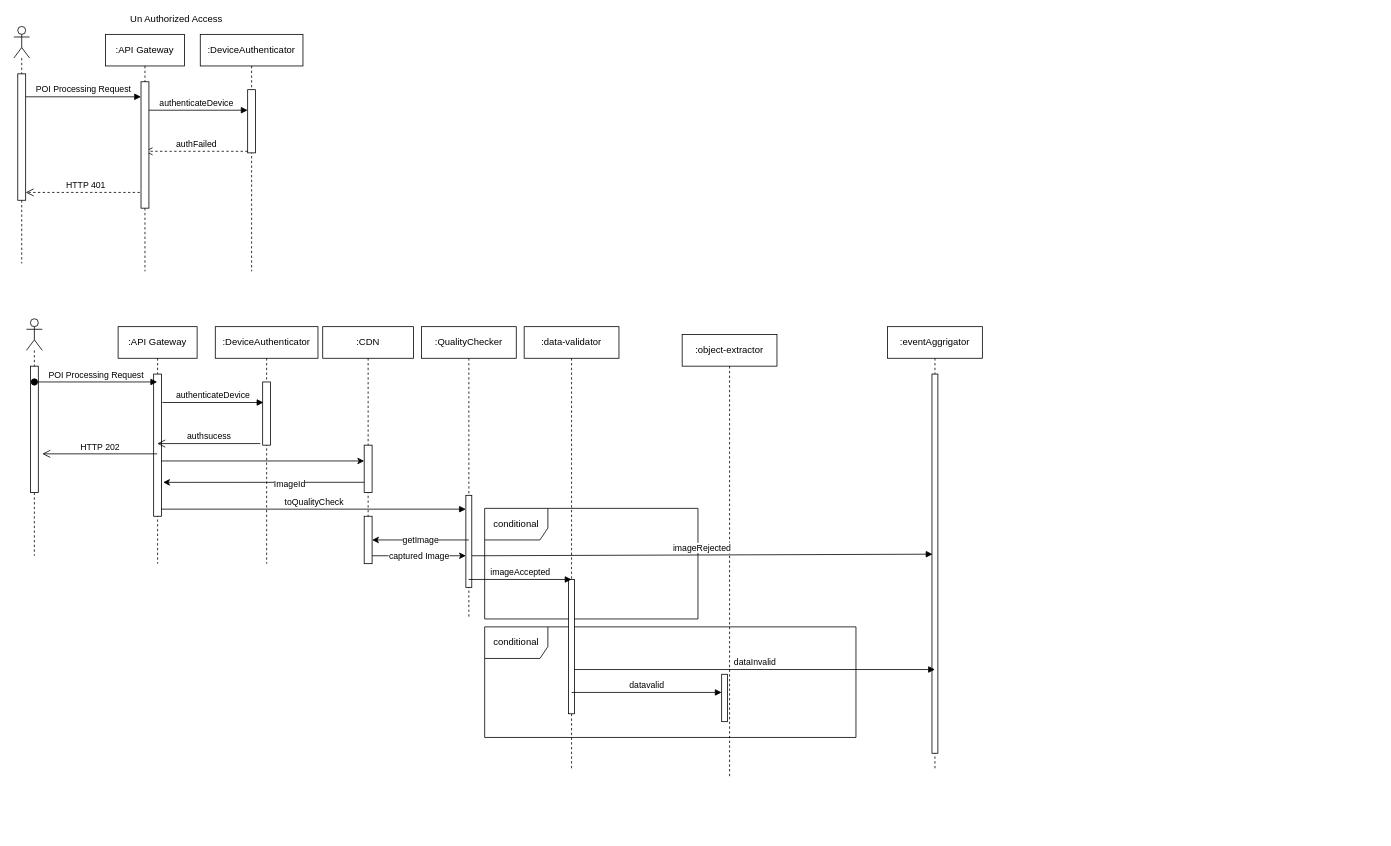
The draw.io diagram page "Page-3" (3 of 3) of PIO System Digram.drawio in syogesh31/jp, before the edit. Source tidied: cells renumbered, new cells numbered last; positions are measured from the earlier drawing's top-left corner, leaving out a move shared by most shapes. Both pictures are drawn from the tidied source at 79%, with x=0, y=0 at pixel (13, 26).
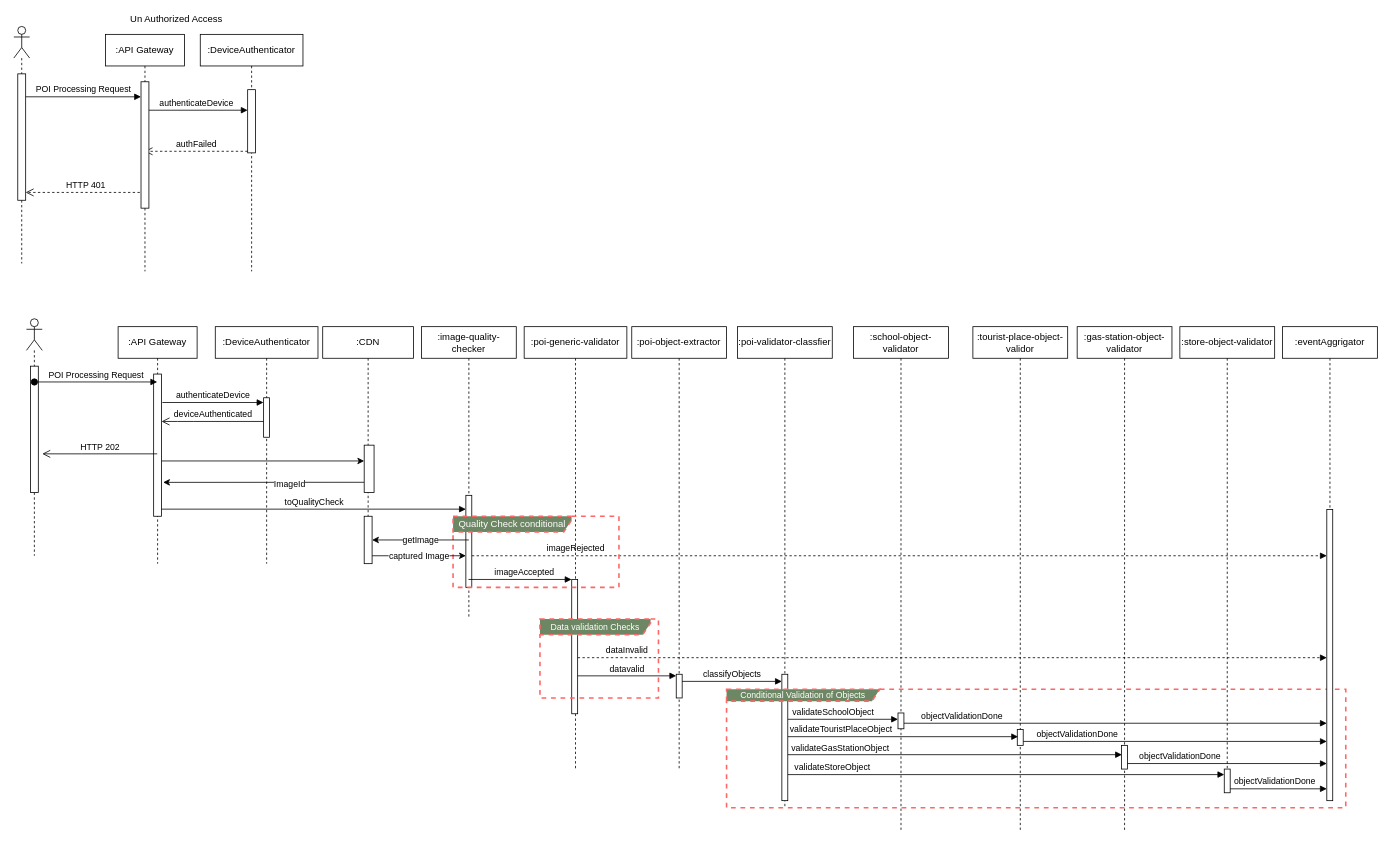
Above is the later version.

Unchanged cells that the change refers to:
```xml
<mxCell id="24" style="html=1;points=[];perimeter=orthogonalPerimeter;rounded=0;sketch=0;strokeColor=#000000;fillColor=#ffffff;" parent="1" vertex="1">
  <mxGeometry x="177" y="440" width="10" height="180" as="geometry" />
</mxCell>
<mxCell id="29" style="group;" parent="1" vertex="1">
  <mxGeometry x="255" y="380" width="130" height="300" as="geometry" />
</mxCell>
```

Diff of the diagram source:
```diff
@@
+    <mxCell id="38" style="group;dashed=1;" parent="1" vertex="1">
+      <mxGeometry x="516" y="380" width="120" height="370" as="geometry" />
+    </mxCell>
+    <mxCell id="39" value=":image-quality-checker" style="shape=umlLifeline;perimeter=lifelinePerimeter;whiteSpace=wrap;html=1;outlineConnect=0;rounded=0;sketch=0;strokeColor=#000000;fillColor=#ffffff;" parent="38" vertex="1">
+      <mxGeometry width="120" height="370" as="geometry" />
+    </mxCell>
+    <mxCell id="40" style="html=1;points=[];perimeter=orthogonalPerimeter;rounded=0;sketch=0;strokeColor=#000000;fillColor=#ffffff;" parent="38" vertex="1">
+      <mxGeometry x="56.2" y="213.5" width="7.5" height="116.5" as="geometry" />
+    </mxCell>
+    <mxCell id="41" value="imageRejected" style="html=1;verticalAlign=bottom;endArrow=block;strokeWidth=1;fillColor=#e51400;jumpStyle=arc;dashed=1;" parent="38" edge="1" target="48">
+      <mxGeometry as="geometry">
+        <mxPoint x="63.8" y="290" as="sourcePoint" />
+        <mxPoint x="-410" y="-1" as="offset" />
+      </mxGeometry>
+    </mxCell>
-    <mxCell id="2" style="group;" parent="1" vertex="1">
-      <mxGeometry x="646" y="380" width="420" height="600" as="geometry" />
+    <mxCell id="2" style="group;fontSize=11;" parent="1" vertex="1">
+      <mxGeometry x="646" y="380" width="1040" height="610" as="geometry" />
     </mxCell>
-    <mxCell id="3" value="conditional" style="shape=umlFrame;whiteSpace=wrap;html=1;rounded=0;sketch=0;strokeColor=#000000;fillColor=#ffffff;width=80;height=40;" parent="2" vertex="1">
-      <mxGeometry x="-50" y="380" width="470" height="140" as="geometry" />
-    </mxCell>
-    <mxCell id="4" value="conditional" style="shape=umlFrame;whiteSpace=wrap;html=1;rounded=0;sketch=0;strokeColor=#000000;fillColor=#ffffff;width=80;height=40;" parent="2" vertex="1">
-      <mxGeometry x="-50" y="230" width="270" height="140" as="geometry" />
-    </mxCell>
-    <mxCell id="5" value=":data-validator" style="shape=umlLifeline;perimeter=lifelinePerimeter;whiteSpace=wrap;html=1;rounded=0;sketch=0;strokeColor=#000000;fillColor=#ffffff;" parent="2" vertex="1">
-      <mxGeometry width="120" height="560" as="geometry" />
+    <mxCell id="5" value=":poi-generic-validator" style="shape=umlLifeline;perimeter=lifelinePerimeter;whiteSpace=wrap;html=1;rounded=0;sketch=0;strokeColor=#000000;fillColor=#ffffff;" parent="2" vertex="1">
+      <mxGeometry width="130" height="560" as="geometry" />
     </mxCell>
     <mxCell id="6" style="html=1;perimeter=orthogonalPerimeter;rounded=0;sketch=0;strokeColor=#000000;fillColor=#ffffff;" parent="2" vertex="1">
-      <mxGeometry x="56.2" y="320" width="7.5" height="170" as="geometry" />
+      <mxGeometry x="60.2" y="320" width="7.5" height="170" as="geometry" />
     </mxCell>
+    <mxCell id="8" value=":poi-object-extractor" style="shape=umlLifeline;perimeter=lifelinePerimeter;whiteSpace=wrap;html=1;rounded=0;sketch=0;strokeColor=#000000;fillColor=#ffffff;" parent="2" vertex="1">
+      <mxGeometry x="136.2" width="120" height="560" as="geometry" />
+    </mxCell>
     <mxCell id="7" style="html=1;perimeter=orthogonalPerimeter;rounded=0;sketch=0;strokeColor=#000000;fillColor=#ffffff;" parent="2" vertex="1">
-      <mxGeometry x="250" y="440" width="7.5" height="60" as="geometry" />
+      <mxGeometry x="192.5" y="440" width="7.5" height="30" as="geometry" />
     </mxCell>
-    <mxCell id="8" value=":object-extractor" style="shape=umlLifeline;perimeter=lifelinePerimeter;whiteSpace=wrap;html=1;rounded=0;sketch=0;strokeColor=#000000;fillColor=#ffffff;" parent="2" vertex="1">
-      <mxGeometry x="200" y="10" width="120" height="560" as="geometry" />
-    </mxCell>
+    <mxCell id="51" value=":poi-validator-classfier" style="shape=umlLifeline;perimeter=lifelinePerimeter;whiteSpace=wrap;html=1;rounded=0;sketch=0;strokeColor=#000000;fillColor=#ffffff;" parent="2" vertex="1">
+      <mxGeometry x="270" width="120" height="610" as="geometry" />
+    </mxCell>
+    <mxCell id="52" style="html=1;perimeter=orthogonalPerimeter;rounded=0;sketch=0;strokeColor=#000000;fillColor=#ffffff;" parent="51" vertex="1">
+      <mxGeometry x="56.2" y="440" width="7.5" height="160" as="geometry" />
+    </mxCell>
+    <mxCell id="53" value="&lt;font style=&quot;font-size: 11px&quot;&gt;Conditional Validation of Objects &lt;/font&gt;" style="shape=umlFrame;whiteSpace=wrap;html=1;rounded=0;sketch=0;fillColor=#6d8764;width=194;height=15;dashed=1;fontColor=#ffffff;strokeWidth=2;strokeColor=#FF6666;" parent="2" vertex="1">
+      <mxGeometry x="256.2" y="459" width="783.8" height="150" as="geometry" />
+    </mxCell>
+    <mxCell id="49" value="datavalid" style="html=1;verticalAlign=bottom;endArrow=block;strokeColor=#000000;strokeWidth=1;" parent="2" edge="1">
+      <mxGeometry x="-53.8" y="250" as="geometry">
+        <mxPoint x="67.8" y="442" as="sourcePoint" />
+        <mxPoint x="192.5" y="442" as="targetPoint" />
+      </mxGeometry>
+    </mxCell>
+    <mxCell id="54" value="classifyObjects" style="html=1;verticalAlign=bottom;endArrow=block;strokeColor=#000000;strokeWidth=1;" parent="2" edge="1">
+      <mxGeometry x="86.2" y="241" as="geometry">
+        <mxPoint x="200" y="449" as="sourcePoint" />
+        <mxPoint x="326.2" y="449" as="targetPoint" />
+      </mxGeometry>
+    </mxCell>
+    <mxCell id="4" value="Quality Check conditional" style="shape=umlFrame;whiteSpace=wrap;html=1;rounded=0;sketch=0;fillColor=#6d8764;width=150;height=20;fontColor=#ffffff;dashed=1;strokeWidth=2;strokeColor=#FF6666;" parent="2" vertex="1">
+      <mxGeometry x="-90" y="240" width="210" height="90" as="geometry" />
+    </mxCell>
@@
-    <mxCell id="26" value="authenticateDevice" style="html=1;verticalAlign=bottom;endArrow=block;strokeColor=#000000;strokeWidth=1;entryX=0.1;entryY=0.325;entryDx=0;entryDy=0;entryPerimeter=0;" parent="1" edge="1" target="31">
+    <mxCell id="26" value="authenticateDevice" style="html=1;verticalAlign=bottom;endArrow=block;strokeColor=#000000;strokeWidth=1;entryX=0.1;entryY=0.325;entryDx=0;entryDy=0;entryPerimeter=0;" parent="1" edge="1">
       <mxGeometry x="108" y="450" as="geometry">
         <mxPoint x="188" y="476" as="sourcePoint" />
+        <mxPoint x="316" y="476" as="targetPoint" />
       </mxGeometry>
     </mxCell>
-    <mxCell id="27" value="authsucess" style="html=1;verticalAlign=bottom;endArrow=open;endSize=8;exitX=0;exitY=0.95;strokeColor=#000000;strokeWidth=1;" parent="1" edge="1">
-      <mxGeometry x="96" y="450" as="geometry">
-        <mxPoint x="312" y="528" as="sourcePoint" />
-        <mxPoint x="181.5" y="528" as="targetPoint" />
-      </mxGeometry>
-    </mxCell>
@@
-    <mxCell id="31" style="html=1;points=[];perimeter=orthogonalPerimeter;rounded=0;sketch=0;strokeColor=#000000;fillColor=#ffffff;" parent="29" vertex="1">
-      <mxGeometry x="60" y="70" width="10" height="80" as="geometry" />
-    </mxCell>
+    <mxCell id="55" style="html=1;points=[];perimeter=orthogonalPerimeter;rounded=0;sketch=0;strokeColor=#000000;fillColor=#ffffff;" parent="29" vertex="1">
+      <mxGeometry x="61.2" y="90" width="7.5" height="50" as="geometry" />
+    </mxCell>
@@
     <mxCell id="37" style="html=1;points=[];perimeter=orthogonalPerimeter;rounded=0;sketch=0;strokeColor=#000000;fillColor=#ffffff;" parent="1" vertex="1">
-      <mxGeometry x="443.5" y="530" width="10" height="60" as="geometry" />
+      <mxGeometry x="443.5" y="530" width="12.5" height="60" as="geometry" />
     </mxCell>
-    <mxCell id="38" style="group;" parent="1" vertex="1">
-      <mxGeometry x="516" y="380" width="120" height="370" as="geometry" />
-    </mxCell>
-    <mxCell id="39" value=":QualityChecker" style="shape=umlLifeline;perimeter=lifelinePerimeter;whiteSpace=wrap;html=1;outlineConnect=0;rounded=0;sketch=0;strokeColor=#000000;fillColor=#ffffff;" parent="38" vertex="1">
-      <mxGeometry width="120" height="370" as="geometry" />
-    </mxCell>
-    <mxCell id="40" style="html=1;points=[];perimeter=orthogonalPerimeter;rounded=0;sketch=0;strokeColor=#000000;fillColor=#ffffff;" parent="38" vertex="1">
-      <mxGeometry x="56.2" y="213.5" width="7.5" height="116.5" as="geometry" />
-    </mxCell>
-    <mxCell id="41" value="imageRejected" style="html=1;verticalAlign=bottom;endArrow=block;strokeColor=#000000;strokeWidth=1;entryX=0.1;entryY=0.475;entryDx=0;entryDy=0;entryPerimeter=0;" parent="38" edge="1" target="48">
-      <mxGeometry x="-49.8" y="184" as="geometry">
-        <mxPoint x="63.8" y="290" as="sourcePoint" />
-      </mxGeometry>
-    </mxCell>
@@
     <mxCell id="45" value="imageAccepted" style="html=1;verticalAlign=bottom;endArrow=block;strokeColor=#000000;strokeWidth=1;" parent="1" edge="1" source="39">
-      <mxGeometry x="496" y="674" as="geometry">
+      <mxGeometry as="geometry">
         <mxPoint x="706" y="700" as="targetPoint" />
+        <mxPoint x="5" as="offset" />
       </mxGeometry>
     </mxCell>
     <mxCell id="46" style="group;" parent="1" vertex="1">
-      <mxGeometry x="1106" y="380" width="120" height="600" as="geometry" />
+      <mxGeometry x="1606" y="380" width="120" height="600" as="geometry" />
     </mxCell>
     <mxCell id="47" value=":eventAggrigator" style="shape=umlLifeline;perimeter=lifelinePerimeter;whiteSpace=wrap;html=1;rounded=0;sketch=0;strokeColor=#000000;fillColor=#ffffff;" parent="46" vertex="1">
-      <mxGeometry width="120" height="560" as="geometry" />
+      <mxGeometry width="120" height="480" as="geometry" />
     </mxCell>
     <mxCell id="48" style="html=1;points=[];perimeter=orthogonalPerimeter;rounded=0;sketch=0;strokeColor=#000000;fillColor=#ffffff;" parent="46" vertex="1">
-      <mxGeometry x="56.2" y="60" width="7.5" height="480" as="geometry" />
+      <mxGeometry x="56" y="231.4" width="7.5" height="368.6" as="geometry" />
     </mxCell>
-    <mxCell id="49" value="datavalid" style="html=1;verticalAlign=bottom;endArrow=block;strokeColor=#000000;strokeWidth=1;" parent="1" edge="1">
-      <mxGeometry x="626.2" y="723" as="geometry">
-        <mxPoint x="706" y="843" as="sourcePoint" />
-        <mxPoint x="896" y="843" as="targetPoint" />
-      </mxGeometry>
-    </mxCell>
+    <mxCell id="56" value=":school-object-validator" style="shape=umlLifeline;perimeter=lifelinePerimeter;whiteSpace=wrap;html=1;rounded=0;sketch=0;strokeColor=#000000;fillColor=#ffffff;" parent="1" vertex="1">
+      <mxGeometry x="1063" y="380" width="120" height="640" as="geometry" />
+    </mxCell>
+    <mxCell id="57" style="html=1;perimeter=orthogonalPerimeter;rounded=0;sketch=0;strokeColor=#000000;fillColor=#ffffff;" parent="56" vertex="1">
+      <mxGeometry x="56.2" y="489" width="7.5" height="20" as="geometry" />
+    </mxCell>
+    <mxCell id="58" value="&lt;div&gt;:tourist-place-object-validor&lt;/div&gt;" style="shape=umlLifeline;perimeter=lifelinePerimeter;whiteSpace=wrap;html=1;rounded=0;sketch=0;strokeColor=#000000;fillColor=#ffffff;" parent="1" vertex="1">
+      <mxGeometry x="1214" y="380" width="120" height="640" as="geometry" />
+    </mxCell>
+    <mxCell id="59" style="html=1;perimeter=orthogonalPerimeter;rounded=0;sketch=0;strokeColor=#000000;fillColor=#ffffff;" parent="58" vertex="1">
+      <mxGeometry x="56.2" y="510" width="7.5" height="20" as="geometry" />
+    </mxCell>
+    <mxCell id="60" value="&lt;div&gt;validateTouristPlaceObject&lt;/div&gt;" style="html=1;verticalAlign=bottom;endArrow=block;strokeColor=#000000;strokeWidth=1;" parent="1" edge="1">
+      <mxGeometry x="1" y="1" as="geometry">
+        <mxPoint x="979.8" y="899" as="sourcePoint" />
+        <mxPoint x="1271.2" y="899" as="targetPoint" />
+        <mxPoint x="-79" as="offset" />
+      </mxGeometry>
+    </mxCell>
+    <mxCell id="61" value=":gas-station-object-validator" style="shape=umlLifeline;perimeter=lifelinePerimeter;whiteSpace=wrap;html=1;rounded=0;sketch=0;strokeColor=#000000;fillColor=#ffffff;" parent="1" vertex="1">
+      <mxGeometry x="1346" y="380" width="120" height="640" as="geometry" />
+    </mxCell>
+    <mxCell id="62" style="html=1;perimeter=orthogonalPerimeter;rounded=0;sketch=0;strokeColor=#000000;fillColor=#ffffff;" parent="61" vertex="1">
+      <mxGeometry x="56.2" y="530" width="7.5" height="30" as="geometry" />
+    </mxCell>
+    <mxCell id="63" value="&lt;div&gt;validateGasStationObject&lt;/div&gt;" style="html=1;verticalAlign=bottom;endArrow=block;strokeColor=#000000;strokeWidth=1;entryX=0.056;entryY=0.242;entryDx=0;entryDy=0;entryPerimeter=0;" parent="1" edge="1">
+      <mxGeometry as="geometry">
+        <mxPoint x="979.8" y="921.8" as="sourcePoint" />
+        <mxPoint x="1402.7" y="921.8" as="targetPoint" />
+        <mxPoint x="-145" as="offset" />
+      </mxGeometry>
+    </mxCell>
-    <mxCell id="50" value="dataInvalid" style="html=1;verticalAlign=bottom;endArrow=block;strokeColor=#000000;strokeWidth=1;" parent="1" edge="1">
-      <mxGeometry x="76.5" y="327.5" as="geometry">
-        <mxPoint x="709" y="814" as="sourcePoint" />
-        <mxPoint x="1166" y="814" as="targetPoint" />
+    <mxCell id="50" value="dataInvalid" style="html=1;verticalAlign=bottom;endArrow=block;strokeWidth=1;fillColor=#e51400;dashed=1;exitX=1;exitY=0.588;exitDx=0;exitDy=0;exitPerimeter=0;" parent="1" edge="1">
+      <mxGeometry y="7" as="geometry">
+        <mxPoint x="713.8" y="799" as="sourcePoint" />
+        <mxPoint x="1662" y="799" as="targetPoint" />
+        <mxPoint x="-412" as="offset" />
       </mxGeometry>
     </mxCell>
+    <mxCell id="64" value=":store-object-validator" style="shape=umlLifeline;perimeter=lifelinePerimeter;whiteSpace=wrap;html=1;rounded=0;sketch=0;strokeColor=#000000;fillColor=#ffffff;" parent="1" vertex="1">
+      <mxGeometry x="1476" y="380" width="120" height="560" as="geometry" />
+    </mxCell>
+    <mxCell id="65" style="html=1;perimeter=orthogonalPerimeter;rounded=0;sketch=0;strokeColor=#000000;fillColor=#ffffff;" parent="1" vertex="1">
+      <mxGeometry x="1532.2" y="940" width="7.5" height="30" as="geometry" />
+    </mxCell>
+    <mxCell id="66" value="&lt;div&gt;validateStoreObject&lt;/div&gt;" style="html=1;verticalAlign=bottom;endArrow=block;strokeColor=#000000;strokeWidth=1;" parent="1" edge="1">
+      <mxGeometry as="geometry">
+        <mxPoint x="979.8" y="947" as="sourcePoint" />
+        <mxPoint x="1532.2" y="947" as="targetPoint" />
+        <mxPoint x="-220" as="offset" />
+      </mxGeometry>
+    </mxCell>
+    <mxCell id="67" value="objectValidationDone" style="html=1;verticalAlign=bottom;endArrow=block;strokeColor=#000000;strokeWidth=1;" parent="1" edge="1">
+      <mxGeometry y="3" as="geometry">
+        <mxPoint x="1126.8" y="882" as="sourcePoint" />
+        <mxPoint x="1662" y="882" as="targetPoint" />
+        <mxPoint x="-194" as="offset" />
+      </mxGeometry>
+    </mxCell>
+    <mxCell id="68" value="objectValidationDone" style="html=1;verticalAlign=bottom;endArrow=block;strokeColor=#000000;strokeWidth=1;" parent="1" edge="1">
+      <mxGeometry y="5" as="geometry">
+        <mxPoint x="1277.8" y="905" as="sourcePoint" />
+        <mxPoint x="1662" y="905" as="targetPoint" />
+        <mxPoint x="-124" as="offset" />
+      </mxGeometry>
+    </mxCell>
+    <mxCell id="69" value="objectValidationDone" style="html=1;verticalAlign=bottom;endArrow=block;strokeColor=#000000;strokeWidth=1;" parent="1" edge="1">
+      <mxGeometry y="10" as="geometry">
+        <mxPoint x="1409.8" y="933" as="sourcePoint" />
+        <mxPoint x="1662" y="933" as="targetPoint" />
+        <mxPoint x="-60" as="offset" />
+      </mxGeometry>
+    </mxCell>
+    <mxCell id="70" value="validateSchoolObject" style="html=1;verticalAlign=bottom;endArrow=block;strokeColor=#000000;strokeWidth=1;" parent="1" edge="1">
+      <mxGeometry y="16" as="geometry">
+        <mxPoint x="979.8" y="877" as="sourcePoint" />
+        <mxPoint x="1119.2" y="877" as="targetPoint" />
+        <mxPoint x="-13" as="offset" />
+      </mxGeometry>
+    </mxCell>
+    <mxCell id="71" value="objectValidationDone" style="html=1;verticalAlign=bottom;endArrow=block;strokeColor=#000000;strokeWidth=1;" parent="1" edge="1">
+      <mxGeometry y="10" as="geometry">
+        <mxPoint x="1539.8" y="965" as="sourcePoint" />
+        <mxPoint x="1662" y="965" as="targetPoint" />
+        <mxPoint x="-5" as="offset" />
+      </mxGeometry>
+    </mxCell>
+    <mxCell id="3" value="Data validation Checks " style="shape=umlFrame;whiteSpace=wrap;html=1;rounded=0;sketch=0;fillColor=#6d8764;width=140;height=20;dashed=1;fontColor=#ffffff;strokeWidth=2;strokeColor=#FF6666;fontSize=11;" parent="1" vertex="1">
+      <mxGeometry x="666" y="750" width="150" height="100" as="geometry" />
+    </mxCell>
+    <mxCell id="72" value="deviceAuthenticated" style="html=1;verticalAlign=bottom;endArrow=open;endSize=8;strokeColor=#000000;strokeWidth=1;" parent="1" edge="1" source="55" target="24">
+      <mxGeometry x="237" y="370" as="geometry">
+        <Array as="points">
+          <mxPoint x="217" y="500" />
+        </Array>
+      </mxGeometry>
+    </mxCell>
```
